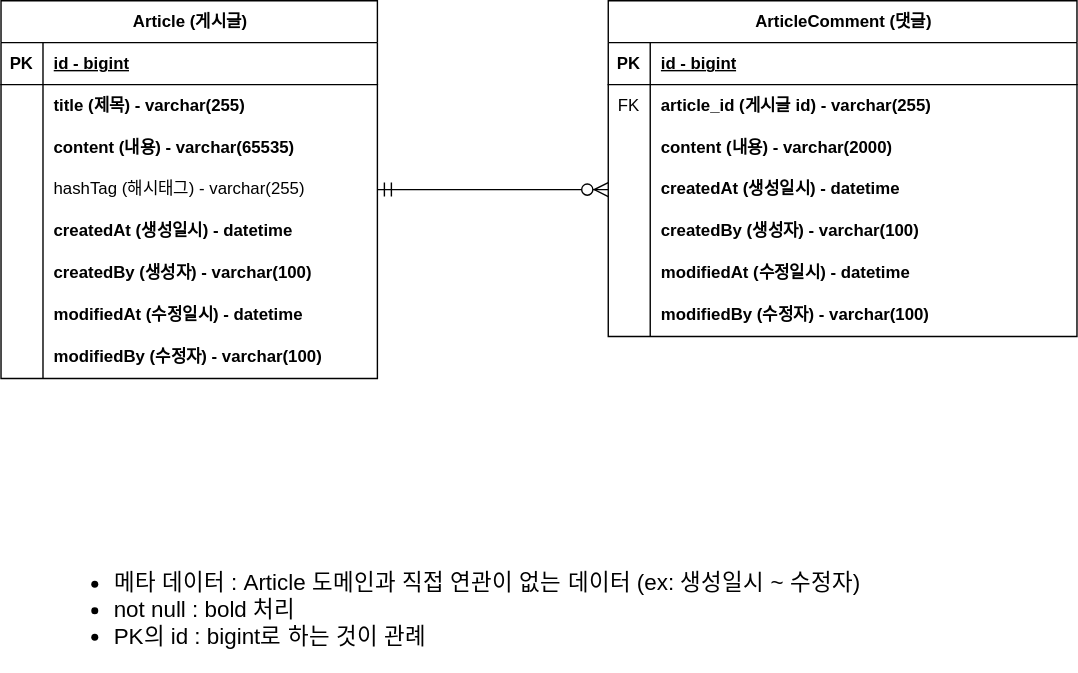
This is document/project-board-erd.svg from leeshinhyung/fastcampus-project-board, a draw.io export, as it was before one commit. Source tidied: cells renumbered, new cells last; positions are measured from the earlier drawing's top-left corner, leaving out a move shared by most shapes.
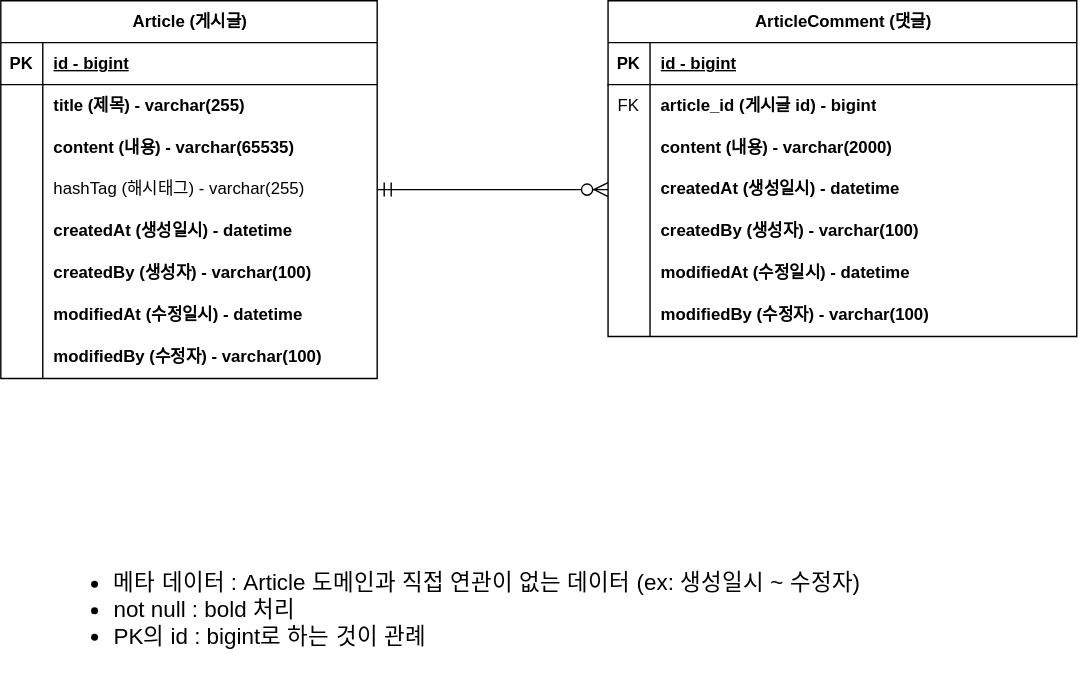
Above is the later version.

The edit, as a diff of the source:
```diff
@@ -20,7 +20,7 @@
     <mxCell id="7" value="FK" style="shape=partialRectangle;fillColor=none;top=0;left=0;bottom=0;right=0;overflow=hidden;whiteSpace=wrap;html=1;" parent="6" vertex="1">
       <mxGeometry width="30" height="30" as="geometry" />
     </mxCell>
-    <mxCell id="8" value="article_id (게시글 id) - varchar(255)" style="shape=partialRectangle;fillColor=none;top=0;left=0;bottom=0;right=0;align=left;spacingLeft=6;overflow=hidden;whiteSpace=wrap;html=1;fontStyle=1;" parent="6" vertex="1">
+    <mxCell id="8" value="article_id (게시글 id) - bigint" style="shape=partialRectangle;fillColor=none;top=0;left=0;bottom=0;right=0;align=left;spacingLeft=6;overflow=hidden;whiteSpace=wrap;html=1;fontStyle=1;" parent="6" vertex="1">
       <mxGeometry x="30" width="305" height="30" as="geometry" />
     </mxCell>
     <mxCell id="9" style="shape=tableRow;horizontal=0;startSize=0;swimlaneHead=0;swimlaneBody=0;fillColor=none;top=0;left=0;right=0;bottom=0;" parent="2" vertex="1">
```
